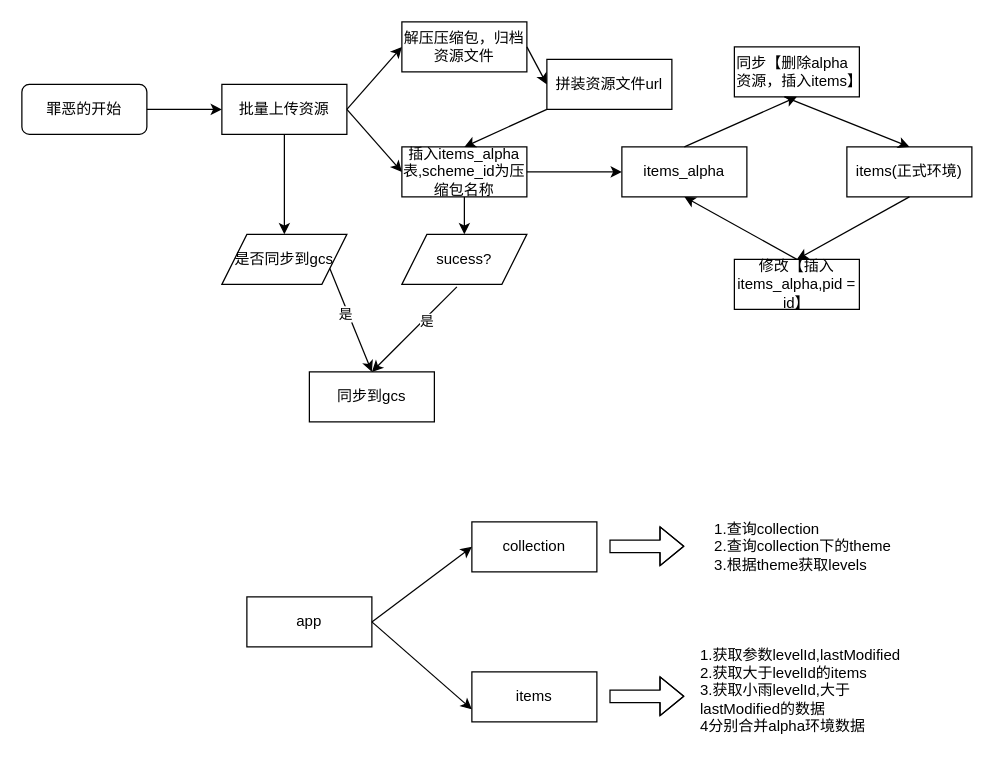
Earlier version of the draw.io diagram 未命名绘图.drawio (Sc-glong/diagrams). Source tidied: cells renumbered, new cells numbered last; positions are measured from the earlier drawing's top-left corner, leaving out a move shared by most shapes. Both pictures are drawn from the tidied source at 125%, with x=0, y=0 at pixel (21, 21).
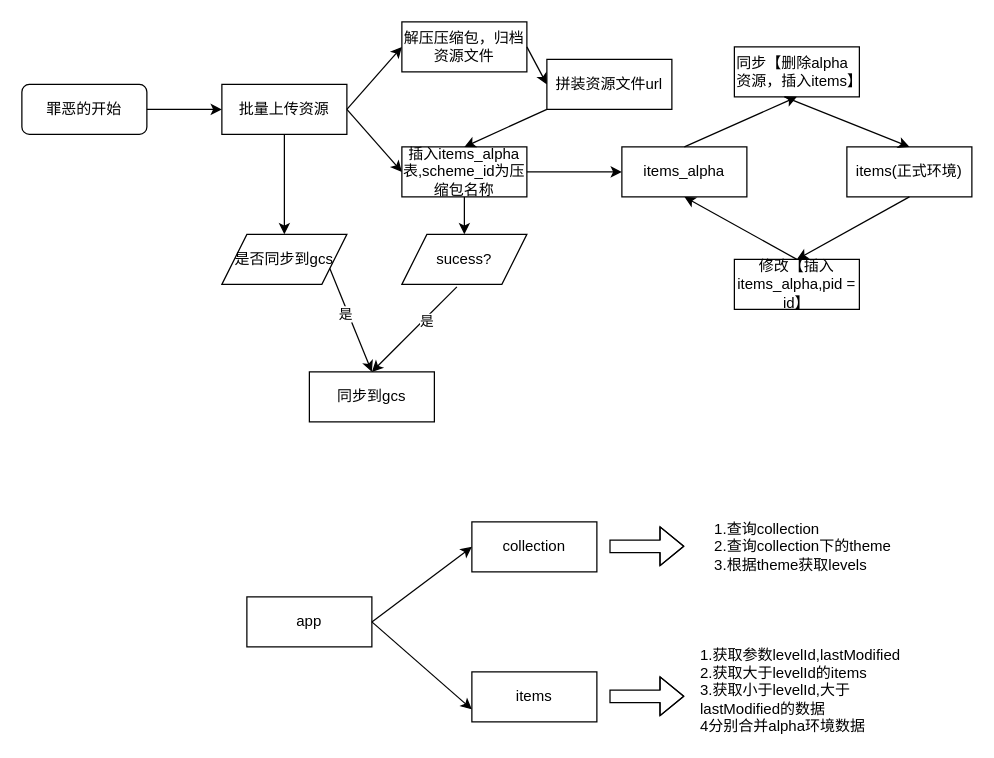
After the change.

What changed in the source:
```diff
@@
-    <mxCell id="39" value="&lt;div&gt;1.获取参数levelId,lastModified&lt;/div&gt;&lt;div&gt;2.获取大于levelId的items&lt;/div&gt;&lt;div&gt;3.获取小雨levelId,大于lastModified的数据&lt;/div&gt;&lt;div&gt;4分别合并alpha环境数据&lt;/div&gt;" style="text;html=1;strokeColor=none;fillColor=none;align=left;verticalAlign=middle;whiteSpace=wrap;rounded=0;" parent="1" vertex="1">
+    <mxCell id="39" value="&lt;div&gt;1.获取参数levelId,lastModified&lt;/div&gt;&lt;div&gt;2.获取大于levelId的items&lt;/div&gt;&lt;div&gt;3.获取小于levelId,大于lastModified的数据&lt;/div&gt;&lt;div&gt;4分别合并alpha环境数据&lt;/div&gt;" style="text;html=1;strokeColor=none;fillColor=none;align=left;verticalAlign=middle;whiteSpace=wrap;rounded=0;" parent="1" vertex="1">
       <mxGeometry x="541" y="520" width="170" height="30" as="geometry" />
     </mxCell>
```
